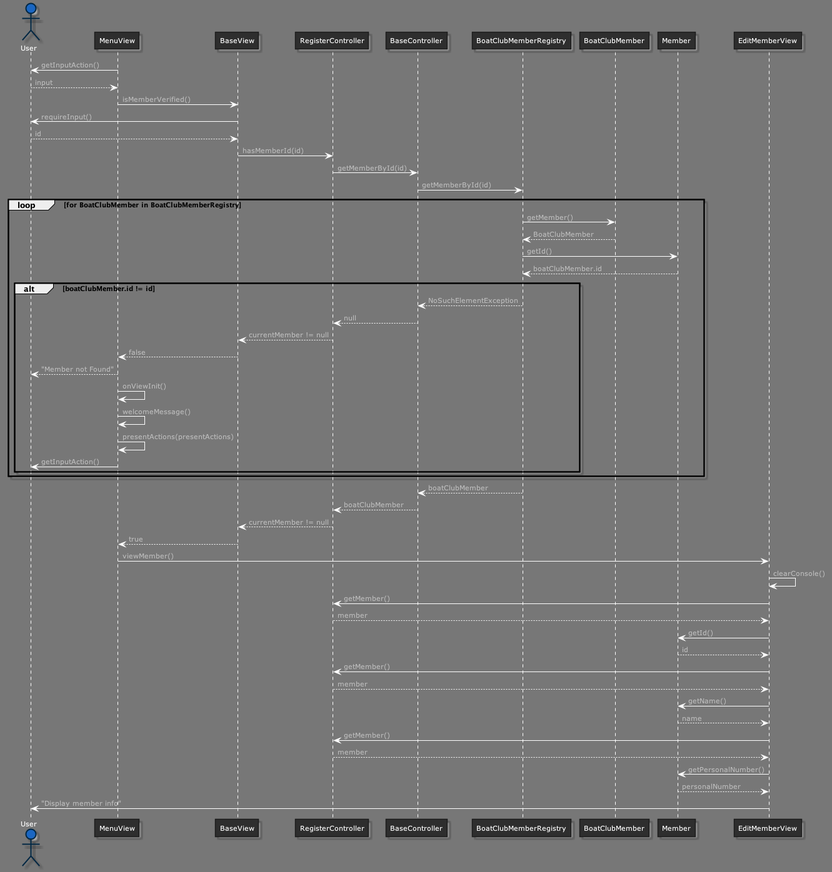
This is diagrams/viewMember.png from clundstrom/mvc_pirates, a PlantUML export, as it was before one commit.
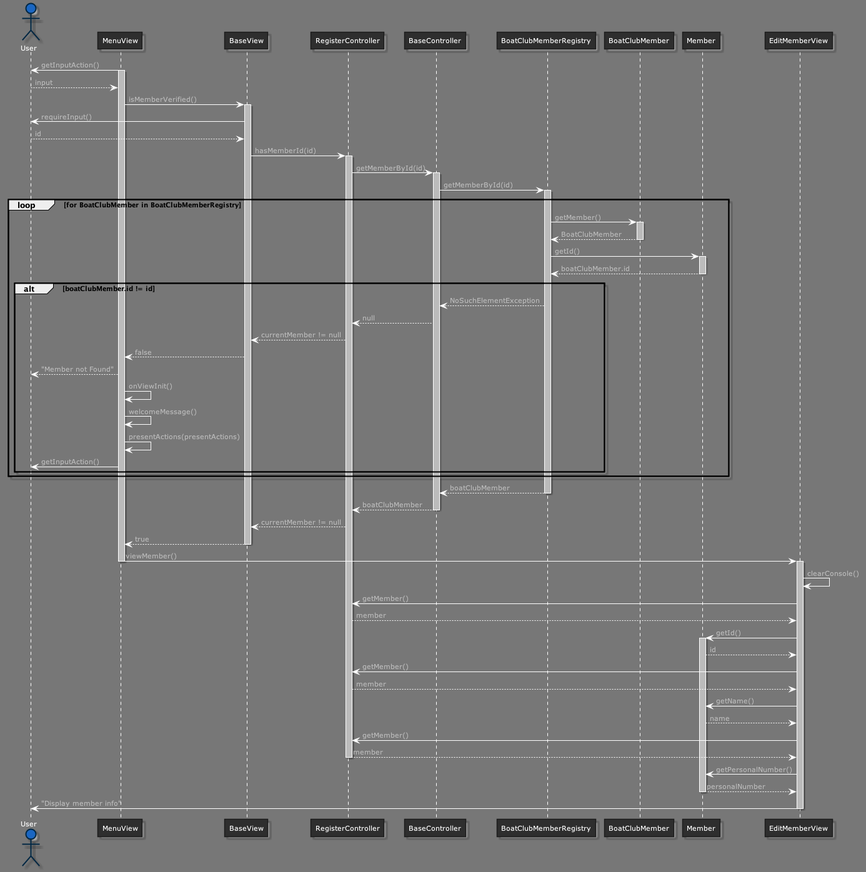
Above is the later version.

Diff of the diagram source:
```diff
@@ -265,18 +265,27 @@
 
 actor User
 User <- MenuView : getInputAction()
+activate MenuView
 User --> MenuView : input
 MenuView -> BaseView : isMemberVerified()
+activate BaseView
 BaseView -> User : requireInput()
 User --> BaseView : id
 BaseView -> RegisterController : hasMemberId(id)
+activate RegisterController
 RegisterController -> BaseController : getMemberById(id)
+activate BaseController
 BaseController -> BoatClubMemberRegistry : getMemberById(id)
+activate BoatClubMemberRegistry
 loop for BoatClubMember in BoatClubMemberRegistry
 BoatClubMemberRegistry -> BoatClubMember : getMember()
+activate BoatClubMember
 BoatClubMember --> BoatClubMemberRegistry : BoatClubMember
+deactivate BoatClubMember
 BoatClubMemberRegistry -> Member : getId()
+activate Member
 Member --> BoatClubMemberRegistry : boatClubMember.id
+deactivate Member
 alt boatClubMember.id != id
 BoatClubMemberRegistry --> BaseController : NoSuchElementException
 BaseController --> RegisterController : null
@@ -290,14 +299,20 @@
 end
 end
 BoatClubMemberRegistry --> BaseController : boatClubMember
+deactivate BoatClubMemberRegistry
 BaseController --> RegisterController : boatClubMember
+deactivate BaseController
 RegisterController --> BaseView : currentMember != null
 BaseView --> MenuView : true
+deactivate BaseView
 MenuView -> EditMemberView : viewMember()
+deactivate MenuView
+activate EditMemberView
 EditMemberView -> EditMemberView : clearConsole()
 EditMemberView -> RegisterController : getMember()
 RegisterController --> EditMemberView : member
 EditMemberView -> Member : getId()
+activate Member
 Member --> EditMemberView : id
 EditMemberView -> RegisterController : getMember()
 RegisterController --> EditMemberView : member
@@ -305,7 +320,10 @@
 Member --> EditMemberView : name
 EditMemberView -> RegisterController : getMember()
 RegisterController --> EditMemberView : member
+deactivate RegisterController
 EditMemberView -> Member : getPersonalNumber()
 Member --> EditMemberView : personalNumber
+deactivate Member
 EditMemberView -> User : "Display member info"
+deactivate EditMemberView
 @enduml
```
